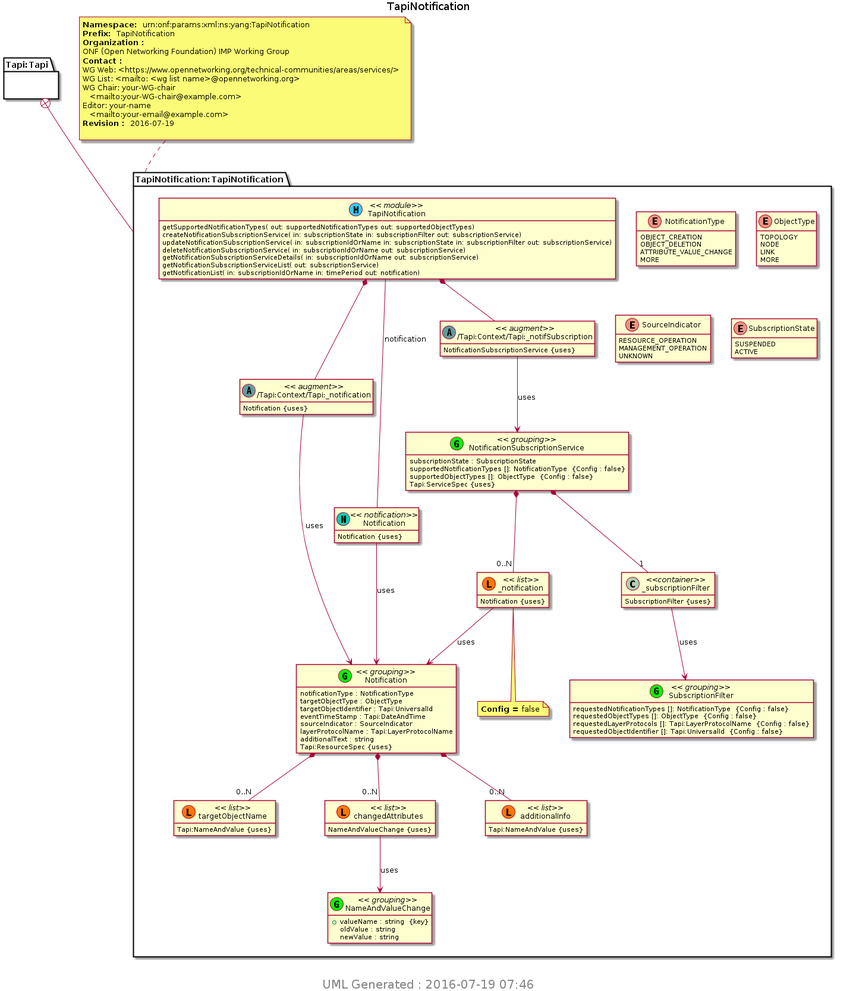
This is YANG/pyang_uml/tapi-notification.png from Open-Network-Models-and-Interfaces-ONMI/TAPI, a PlantUML export, as it was before one commit.
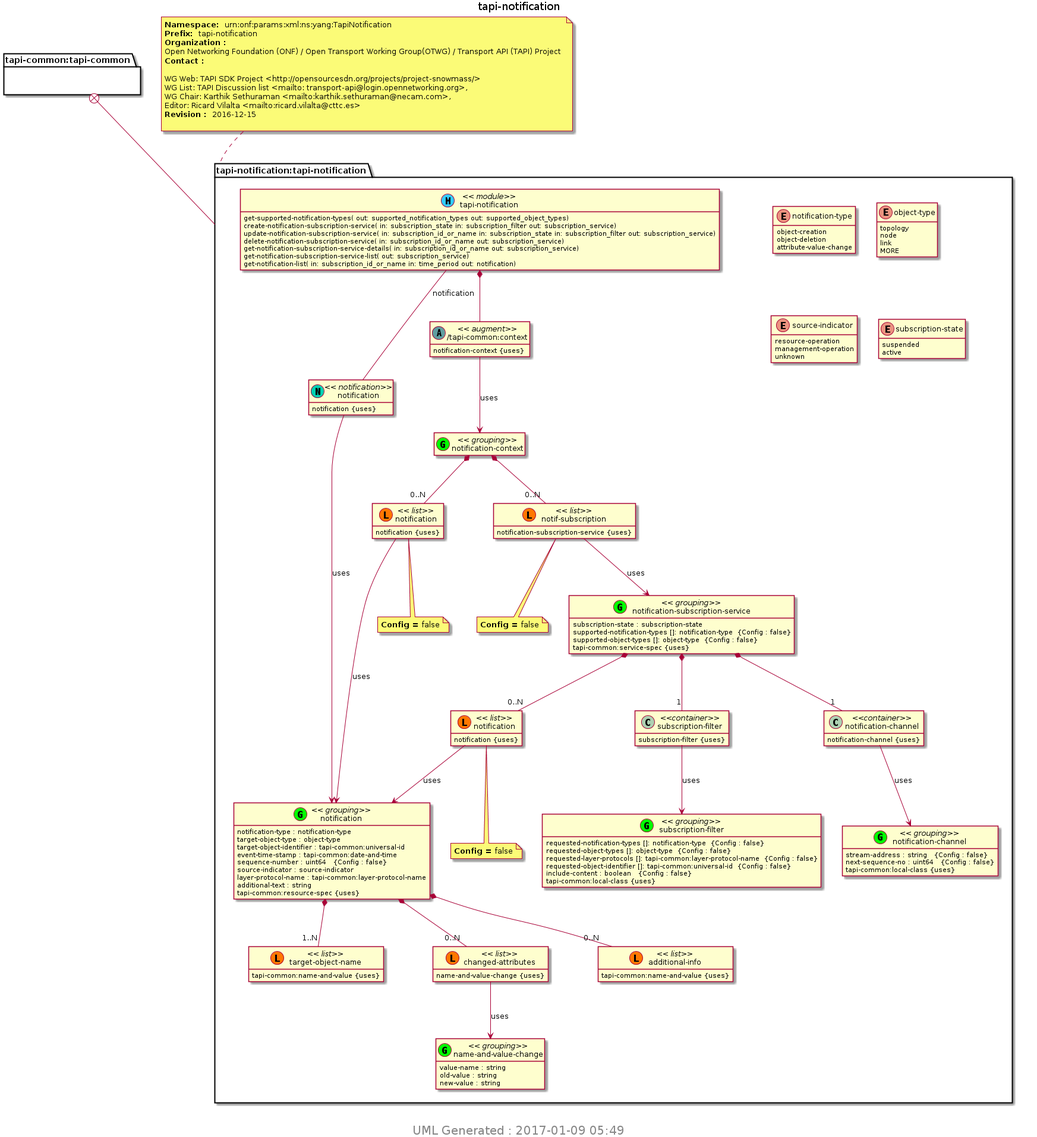
The same diagram one commit later.

Diff of the diagram source:
```diff
@@ -1,4 +1,4 @@
-@startuml img/TapiNotification.png
+@startuml img/tapi-notification.png
 hide empty fields
 hide empty methods
 hide <<case>> circle
@@ -7,100 +7,121 @@
 hide <<leafref>> stereotype
 hide <<leafref>> circle
 page 1x1
-Title TapiNotification
-package "Tapi:Tapi" as Tapi_Tapi {
+Title tapi-notification
+package "tapi-common:tapi-common" as tapi_common_tapi_common {
 }
-note top of TapiNotification_TapiNotification : <b>Namespace: </b> urn:onf:params:xml:ns:yang:TapiNotification \n<b>Prefix: </b> TapiNotification \n<b>Organization : </b>\nONF (Open Networking Foundation) IMP Working Group \n<b>Contact : </b>\nWG Web: <https://www.opennetworking.org/technical-communities/areas/services/> \nWG List: <mailto: <wg list name>@opennetworking.org> \nWG Chair: your-WG-chair \n   <mailto:your-WG-chair@example.com> \nEditor: your-name \n   <mailto:your-email@example.com> \n<b>Revision : </b> 2016-07-19 \n
-package "TapiNotification:TapiNotification" as TapiNotification_TapiNotification {
-Tapi_Tapi +-- TapiNotification_TapiNotification
-class "TapiNotification" as TapiNotification << (M, #33CCFF) module>>
-class "/Tapi:Context/Tapi:_notifSubscription" as Tapi_Context_Tapi__notifSubscription << (A,CadetBlue) augment>>
-TapiNotification *--  Tapi_Context_Tapi__notifSubscription
-Tapi_Context_Tapi__notifSubscription : NotificationSubscriptionService {uses}
-class "/Tapi:Context/Tapi:_notification" as Tapi_Context_Tapi__notification << (A,CadetBlue) augment>>
-TapiNotification *--  Tapi_Context_Tapi__notification
-Tapi_Context_Tapi__notification : Notification {uses}
-class "NotificationSubscriptionService" as TapiNotification_I_NotificationSubscriptionService_grouping <<(G,Lime) grouping>>
-class "_notification" as TapiNotification_I_NotificationSubscriptionService_I__notification << (L, #FF7700) list>>
-TapiNotification_I_NotificationSubscriptionService_grouping *-- "0..N" TapiNotification_I_NotificationSubscriptionService_I__notification
-note bottom of TapiNotification_I_NotificationSubscriptionService_I__notification
+note top of tapi_notification_tapi_notification : <b>Namespace: </b> urn:onf:params:xml:ns:yang:TapiNotification \n<b>Prefix: </b> tapi-notification \n<b>Organization : </b>\nOpen Networking Foundation (ONF) / Open Transport Working Group(OTWG) / Transport API (TAPI) Project \n<b>Contact : </b>\n \nWG Web: TAPI SDK Project <http://opensourcesdn.org/projects/project-snowmass/> \nWG List: TAPI Discussion list <mailto: transport-api@login.opennetworking.org>, \nWG Chair: Karthik Sethuraman <mailto:karthik.sethuraman@necam.com>, \nEditor: Ricard Vilalta <mailto:ricard.vilalta@cttc.es> \n<b>Revision : </b> 2016-12-15 \n
+package "tapi-notification:tapi-notification" as tapi_notification_tapi_notification {
+tapi_common_tapi_common +-- tapi_notification_tapi_notification
+class "tapi-notification" as tapi_notification << (M, #33CCFF) module>>
+class "/tapi-common:context" as tapi_common_context << (A,CadetBlue) augment>>
+tapi_notification *--  tapi_common_context
+tapi_common_context : notification-context {uses}
+class "notification-subscription-service" as tapi_notification_I_notification_subscription_service_grouping <<(G,Lime) grouping>>
+class "notification" as tapi_notification_I_notification_subscription_service_I_notification << (L, #FF7700) list>>
+tapi_notification_I_notification_subscription_service_grouping *-- "0..N" tapi_notification_I_notification_subscription_service_I_notification
+note bottom of tapi_notification_I_notification_subscription_service_I_notification
 <b>Config = </b>false
 end note
-TapiNotification_I_NotificationSubscriptionService_I__notification : Notification {uses}
-class "_subscriptionFilter" as  TapiNotification_I_NotificationSubscriptionService_I__subscriptionFilter <<container>>
-TapiNotification_I_NotificationSubscriptionService_grouping *-- "1" TapiNotification_I_NotificationSubscriptionService_I__subscriptionFilter
-TapiNotification_I_NotificationSubscriptionService_I__subscriptionFilter : SubscriptionFilter {uses}
-TapiNotification_I_NotificationSubscriptionService_grouping : subscriptionState : SubscriptionState
-TapiNotification_I_NotificationSubscriptionService_grouping : supportedNotificationTypes []: NotificationType  {Config : false}
-TapiNotification_I_NotificationSubscriptionService_grouping : supportedObjectTypes []: ObjectType  {Config : false}
-TapiNotification_I_NotificationSubscriptionService_grouping : Tapi:ServiceSpec {uses}
-class "SubscriptionFilter" as TapiNotification_I_SubscriptionFilter_grouping <<(G,Lime) grouping>>
-TapiNotification_I_SubscriptionFilter_grouping : requestedNotificationTypes []: NotificationType  {Config : false}
-TapiNotification_I_SubscriptionFilter_grouping : requestedObjectTypes []: ObjectType  {Config : false}
-TapiNotification_I_SubscriptionFilter_grouping : requestedLayerProtocols []: Tapi:LayerProtocolName  {Config : false}
-TapiNotification_I_SubscriptionFilter_grouping : requestedObjectIdentifier []: Tapi:UniversalId  {Config : false}
-class "Notification" as TapiNotification_I_Notification << (N,#00D1B2) notification>>
-TapiNotification -- TapiNotification_I_Notification : notification
-TapiNotification_I_Notification : Notification {uses}
-class "Notification" as TapiNotification_I_Notification_grouping <<(G,Lime) grouping>>
-TapiNotification_I_Notification_grouping : notificationType : NotificationType
-TapiNotification_I_Notification_grouping : targetObjectType : ObjectType
-TapiNotification_I_Notification_grouping : targetObjectIdentifier : Tapi:UniversalId
-class "targetObjectName" as TapiNotification_I_Notification_I_targetObjectName << (L, #FF7700) list>>
-TapiNotification_I_Notification_grouping *-- "0..N" TapiNotification_I_Notification_I_targetObjectName
-TapiNotification_I_Notification_I_targetObjectName : Tapi:NameAndValue {uses}
-TapiNotification_I_Notification_grouping : eventTimeStamp : Tapi:DateAndTime
-TapiNotification_I_Notification_grouping : sourceIndicator : SourceIndicator
-TapiNotification_I_Notification_grouping : layerProtocolName : Tapi:LayerProtocolName
-class "changedAttributes" as TapiNotification_I_Notification_I_changedAttributes << (L, #FF7700) list>>
-TapiNotification_I_Notification_grouping *-- "0..N" TapiNotification_I_Notification_I_changedAttributes
-TapiNotification_I_Notification_I_changedAttributes : NameAndValueChange {uses}
-class "additionalInfo" as TapiNotification_I_Notification_I_additionalInfo << (L, #FF7700) list>>
-TapiNotification_I_Notification_grouping *-- "0..N" TapiNotification_I_Notification_I_additionalInfo
-TapiNotification_I_Notification_I_additionalInfo : Tapi:NameAndValue {uses}
-TapiNotification_I_Notification_grouping : additionalText : string
-TapiNotification_I_Notification_grouping : Tapi:ResourceSpec {uses}
-class "NameAndValueChange" as TapiNotification_I_NameAndValueChange_grouping <<(G,Lime) grouping>>
-TapiNotification_I_NameAndValueChange_grouping : +valueName : string  {key}
-TapiNotification_I_NameAndValueChange_grouping : oldValue : string
-TapiNotification_I_NameAndValueChange_grouping : newValue : string
-enum "NotificationType" as TapiNotification_I_NotificationType {
-OBJECT_CREATION
-OBJECT_DELETION
-ATTRIBUTE_VALUE_CHANGE
+tapi_notification_I_notification_subscription_service_I_notification : notification {uses}
+class "notification-channel" as  tapi_notification_I_notification_subscription_service_I_notification_channel <<container>>
+tapi_notification_I_notification_subscription_service_grouping *-- "1" tapi_notification_I_notification_subscription_service_I_notification_channel
+tapi_notification_I_notification_subscription_service_I_notification_channel : notification-channel {uses}
+class "subscription-filter" as  tapi_notification_I_notification_subscription_service_I_subscription_filter <<container>>
+tapi_notification_I_notification_subscription_service_grouping *-- "1" tapi_notification_I_notification_subscription_service_I_subscription_filter
+tapi_notification_I_notification_subscription_service_I_subscription_filter : subscription-filter {uses}
+tapi_notification_I_notification_subscription_service_grouping : subscription-state : subscription-state
+tapi_notification_I_notification_subscription_service_grouping : supported-notification-types []: notification-type  {Config : false}
+tapi_notification_I_notification_subscription_service_grouping : supported-object-types []: object-type  {Config : false}
+tapi_notification_I_notification_subscription_service_grouping : tapi-common:service-spec {uses}
+class "subscription-filter" as tapi_notification_I_subscription_filter_grouping <<(G,Lime) grouping>>
+tapi_notification_I_subscription_filter_grouping : requested-notification-types []: notification-type  {Config : false}
+tapi_notification_I_subscription_filter_grouping : requested-object-types []: object-type  {Config : false}
+tapi_notification_I_subscription_filter_grouping : requested-layer-protocols []: tapi-common:layer-protocol-name  {Config : false}
+tapi_notification_I_subscription_filter_grouping : requested-object-identifier []: tapi-common:universal-id  {Config : false}
+tapi_notification_I_subscription_filter_grouping : include-content : boolean   {Config : false}
+tapi_notification_I_subscription_filter_grouping : tapi-common:local-class {uses}
+class "notification" as tapi_notification_I_notification << (N,#00D1B2) notification>>
+tapi_notification -- tapi_notification_I_notification : notification
+tapi_notification_I_notification : notification {uses}
+class "notification" as tapi_notification_I_notification_grouping <<(G,Lime) grouping>>
+tapi_notification_I_notification_grouping : notification-type : notification-type
+tapi_notification_I_notification_grouping : target-object-type : object-type
+tapi_notification_I_notification_grouping : target-object-identifier : tapi-common:universal-id
+class "target-object-name" as tapi_notification_I_notification_I_target_object_name << (L, #FF7700) list>>
+tapi_notification_I_notification_grouping *-- "1..N" tapi_notification_I_notification_I_target_object_name
+tapi_notification_I_notification_I_target_object_name : tapi-common:name-and-value {uses}
+tapi_notification_I_notification_grouping : event-time-stamp : tapi-common:date-and-time
+tapi_notification_I_notification_grouping : sequence-number : uint64   {Config : false}
+tapi_notification_I_notification_grouping : source-indicator : source-indicator
+tapi_notification_I_notification_grouping : layer-protocol-name : tapi-common:layer-protocol-name
+class "changed-attributes" as tapi_notification_I_notification_I_changed_attributes << (L, #FF7700) list>>
+tapi_notification_I_notification_grouping *-- "0..N" tapi_notification_I_notification_I_changed_attributes
+tapi_notification_I_notification_I_changed_attributes : name-and-value-change {uses}
+class "additional-info" as tapi_notification_I_notification_I_additional_info << (L, #FF7700) list>>
+tapi_notification_I_notification_grouping *-- "0..N" tapi_notification_I_notification_I_additional_info
+tapi_notification_I_notification_I_additional_info : tapi-common:name-and-value {uses}
+tapi_notification_I_notification_grouping : additional-text : string
+tapi_notification_I_notification_grouping : tapi-common:resource-spec {uses}
+class "notification-channel" as tapi_notification_I_notification_channel_grouping <<(G,Lime) grouping>>
+tapi_notification_I_notification_channel_grouping : stream-address : string   {Config : false}
+tapi_notification_I_notification_channel_grouping : next-sequence-no : uint64   {Config : false}
+tapi_notification_I_notification_channel_grouping : tapi-common:local-class {uses}
+class "notification-context" as tapi_notification_I_notification_context_grouping <<(G,Lime) grouping>>
+class "notif-subscription" as tapi_notification_I_notification_context_I_notif_subscription << (L, #FF7700) list>>
+tapi_notification_I_notification_context_grouping *-- "0..N" tapi_notification_I_notification_context_I_notif_subscription
+note bottom of tapi_notification_I_notification_context_I_notif_subscription
+<b>Config = </b>false
+end note
+tapi_notification_I_notification_context_I_notif_subscription : notification-subscription-service {uses}
+class "notification" as tapi_notification_I_notification_context_I_notification << (L, #FF7700) list>>
+tapi_notification_I_notification_context_grouping *-- "0..N" tapi_notification_I_notification_context_I_notification
+note bottom of tapi_notification_I_notification_context_I_notification
+<b>Config = </b>false
+end note
+tapi_notification_I_notification_context_I_notification : notification {uses}
+class "name-and-value-change" as tapi_notification_I_name_and_value_change_grouping <<(G,Lime) grouping>>
+tapi_notification_I_name_and_value_change_grouping : value-name : string
+tapi_notification_I_name_and_value_change_grouping : old-value : string
+tapi_notification_I_name_and_value_change_grouping : new-value : string
+enum "notification-type" as tapi_notification_I_notification_type {
+object-creation
+object-deletion
+attribute-value-change
+}
+enum "object-type" as tapi_notification_I_object_type {
+topology
+node
+link
 MORE
 }
-enum "ObjectType" as TapiNotification_I_ObjectType {
-TOPOLOGY
-NODE
-LINK
-MORE
+enum "source-indicator" as tapi_notification_I_source_indicator {
+resource-operation
+management-operation
+unknown
 }
-enum "SourceIndicator" as TapiNotification_I_SourceIndicator {
-RESOURCE_OPERATION
-MANAGEMENT_OPERATION
-UNKNOWN
+enum "subscription-state" as tapi_notification_I_subscription_state {
+suspended
+active
 }
-enum "SubscriptionState" as TapiNotification_I_SubscriptionState {
-SUSPENDED
-ACTIVE
-}
-TapiNotification : getSupportedNotificationTypes( out: supportedNotificationTypes out: supportedObjectTypes)
-TapiNotification : createNotificationSubscriptionService( in: subscriptionState in: subscriptionFilter out: subscriptionService)
-TapiNotification : updateNotificationSubscriptionService( in: subscriptionIdOrName in: subscriptionState in: subscriptionFilter out: subscriptionService)
-TapiNotification : deleteNotificationSubscriptionService( in: subscriptionIdOrName out: subscriptionService)
-TapiNotification : getNotificationSubscriptionServiceDetails( in: subscriptionIdOrName out: subscriptionService)
-TapiNotification : getNotificationSubscriptionServiceList( out: subscriptionService)
-TapiNotification : getNotificationList( in: subscriptionIdOrName in: timePeriod out: notification)
+tapi_notification : get-supported-notification-types( out: supported_notification_types out: supported_object_types)
+tapi_notification : create-notification-subscription-service( in: subscription_state in: subscription_filter out: subscription_service)
+tapi_notification : update-notification-subscription-service( in: subscription_id_or_name in: subscription_state in: subscription_filter out: subscription_service)
+tapi_notification : delete-notification-subscription-service( in: subscription_id_or_name out: subscription_service)
+tapi_notification : get-notification-subscription-service-details( in: subscription_id_or_name out: subscription_service)
+tapi_notification : get-notification-subscription-service-list( out: subscription_service)
+tapi_notification : get-notification-list( in: subscription_id_or_name in: time_period out: notification)
 }
 
-Tapi_Context_Tapi__notifSubscription --> TapiNotification_I_NotificationSubscriptionService_grouping : uses
-Tapi_Context_Tapi__notification --> TapiNotification_I_Notification_grouping : uses
-TapiNotification_I_NotificationSubscriptionService_I__notification --> TapiNotification_I_Notification_grouping : uses
-TapiNotification_I_NotificationSubscriptionService_I__subscriptionFilter --> TapiNotification_I_SubscriptionFilter_grouping : uses
-TapiNotification_I_Notification --> TapiNotification_I_Notification_grouping : uses
-TapiNotification_I_Notification_I_changedAttributes --> TapiNotification_I_NameAndValueChange_grouping : uses
+tapi_common_context --> tapi_notification_I_notification_context_grouping : uses
+tapi_notification_I_notification_subscription_service_I_notification --> tapi_notification_I_notification_grouping : uses
+tapi_notification_I_notification_subscription_service_I_notification_channel --> tapi_notification_I_notification_channel_grouping : uses
+tapi_notification_I_notification_subscription_service_I_subscription_filter --> tapi_notification_I_subscription_filter_grouping : uses
+tapi_notification_I_notification --> tapi_notification_I_notification_grouping : uses
+tapi_notification_I_notification_I_changed_attributes --> tapi_notification_I_name_and_value_change_grouping : uses
+tapi_notification_I_notification_context_I_notif_subscription --> tapi_notification_I_notification_subscription_service_grouping : uses
+tapi_notification_I_notification_context_I_notification --> tapi_notification_I_notification_grouping : uses
 center footer
- <size:20> UML Generated : 2016-07-19 07:46 </size>
+ <size:20> UML Generated : 2017-01-09 05:49 </size>
  endfooter
 @enduml
```
